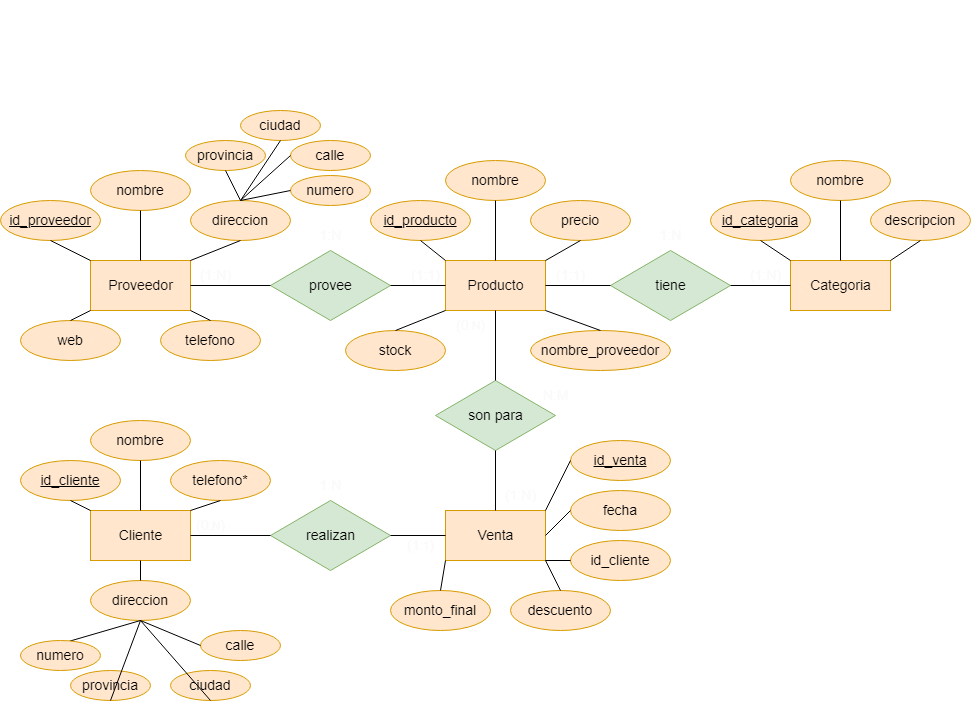
This is Unidad 2/Tarea2.drawio.png from Jaironso/BBDD, a draw.io export, as it was before one commit. Source tidied: cells renumbered, new cells last; positions are measured from the earlier drawing's top-left corner, leaving out a move shared by most shapes.
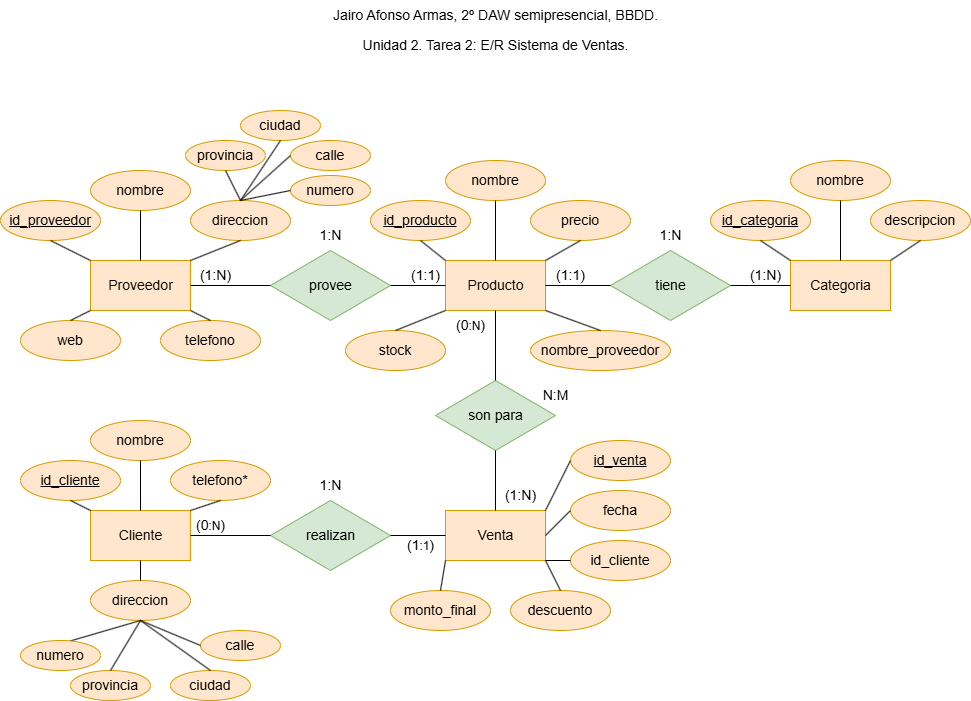
Later version of the same file.

What changed in the source:
```diff
@@ -2,10 +2,10 @@
   <root>
     <mxCell id="0" />
     <mxCell id="1" parent="0" />
-    <mxCell id="2" value="&lt;font color=&quot;#ffffff&quot;&gt;Jairo Afonso Armas, 2º DAW semipresencial, BBDD.&lt;/font&gt;" style="text;html=1;align=center;verticalAlign=middle;strokeColor=none;fillColor=none;fontSize=14;fontColor=#0d0c0c;" parent="1" vertex="1">
+    <mxCell id="2" value="&lt;font style=&quot;color: rgb(0, 0, 0);&quot;&gt;Jairo Afonso Armas, 2º DAW semipresencial, BBDD.&lt;/font&gt;" style="text;html=1;align=center;verticalAlign=middle;strokeColor=none;fillColor=none;fontSize=14;fontColor=#0d0c0c;" parent="1" vertex="1">
       <mxGeometry x="320" width="350" height="30" as="geometry" />
     </mxCell>
-    <mxCell id="3" value="&lt;font color=&quot;#ffffff&quot;&gt;Unidad 2. Tarea 2: E/R Sistema de Ventas.&lt;/font&gt;" style="text;html=1;align=center;verticalAlign=middle;strokeColor=none;fillColor=none;fontSize=14;fontColor=#0d0c0c;" parent="1" vertex="1">
+    <mxCell id="3" value="&lt;font style=&quot;color: rgb(0, 0, 0);&quot;&gt;Unidad 2. Tarea 2: E/R Sistema de Ventas.&lt;/font&gt;" style="text;html=1;align=center;verticalAlign=middle;strokeColor=none;fillColor=none;fontSize=14;fontColor=#0d0c0c;" parent="1" vertex="1">
       <mxGeometry x="350" y="30" width="290" height="30" as="geometry" />
     </mxCell>
     <mxCell id="4" value="&lt;font style=&quot;font-size: 14px;&quot; color=&quot;#080808&quot;&gt;Proveedor&lt;/font&gt;" style="html=1;dashed=0;whitespace=wrap;fillColor=#ffe6cc;strokeColor=#d79b00;" parent="1" vertex="1">
@@ -191,40 +191,40 @@
     <mxCell id="64" style="endArrow=none;html=1;fontSize=14;fontColor=#000000;entryX=0;entryY=0.5;entryDx=0;entryDy=0;exitX=1;exitY=0;exitDx=0;exitDy=0;" parent="1" edge="1" source="7" target="26">
       <mxGeometry relative="1" as="geometry" />
     </mxCell>
-    <mxCell id="65" value="&lt;font color=&quot;#fafafa&quot;&gt;(1:1)&lt;/font&gt;" style="text;html=1;align=center;verticalAlign=middle;strokeColor=none;fillColor=none;fontSize=14;fontColor=#000000;" parent="1" vertex="1">
+    <mxCell id="65" value="&lt;font style=&quot;color: rgb(0, 0, 0);&quot;&gt;(1:1)&lt;/font&gt;" style="text;html=1;align=center;verticalAlign=middle;strokeColor=none;fillColor=none;fontSize=14;fontColor=#000000;" parent="1" vertex="1">
       <mxGeometry x="400" y="260" width="50" height="30" as="geometry" />
     </mxCell>
-    <mxCell id="66" value="&lt;font color=&quot;#fafafa&quot;&gt;(1:N)&lt;/font&gt;" style="text;html=1;align=center;verticalAlign=middle;strokeColor=none;fillColor=none;fontSize=14;fontColor=#000000;" parent="1" vertex="1">
+    <mxCell id="66" value="&lt;font style=&quot;color: rgb(0, 0, 0);&quot;&gt;(1:N)&lt;/font&gt;" style="text;html=1;align=center;verticalAlign=middle;strokeColor=none;fillColor=none;fontSize=14;fontColor=#000000;" parent="1" vertex="1">
       <mxGeometry x="190" y="260" width="50" height="30" as="geometry" />
     </mxCell>
-    <mxCell id="67" value="&lt;font color=&quot;#fafafa&quot;&gt;1:N&lt;/font&gt;" style="text;html=1;align=center;verticalAlign=middle;strokeColor=none;fillColor=none;fontSize=14;fontColor=#000000;" parent="1" vertex="1">
+    <mxCell id="67" value="&lt;font style=&quot;color: rgb(0, 0, 0);&quot;&gt;1:N&lt;/font&gt;" style="text;html=1;align=center;verticalAlign=middle;strokeColor=none;fillColor=none;fontSize=14;fontColor=#000000;" parent="1" vertex="1">
       <mxGeometry x="305" y="220" width="50" height="30" as="geometry" />
     </mxCell>
-    <mxCell id="68" value="&lt;font color=&quot;#fafafa&quot;&gt;(1:N)&lt;/font&gt;" style="text;html=1;align=center;verticalAlign=middle;strokeColor=none;fillColor=none;fontSize=14;fontColor=#000000;" parent="1" vertex="1">
+    <mxCell id="68" value="&lt;font style=&quot;color: rgb(0, 0, 0);&quot;&gt;(1:N)&lt;/font&gt;" style="text;html=1;align=center;verticalAlign=middle;strokeColor=none;fillColor=none;fontSize=14;fontColor=#000000;" parent="1" vertex="1">
       <mxGeometry x="740" y="260" width="50" height="30" as="geometry" />
     </mxCell>
-    <mxCell id="69" value="&lt;font color=&quot;#fafafa&quot;&gt;(1:1)&lt;/font&gt;" style="text;html=1;align=center;verticalAlign=middle;strokeColor=none;fillColor=none;fontSize=14;fontColor=#000000;" parent="1" vertex="1">
+    <mxCell id="69" value="&lt;font style=&quot;color: rgb(0, 0, 0);&quot;&gt;(1:1)&lt;/font&gt;" style="text;html=1;align=center;verticalAlign=middle;strokeColor=none;fillColor=none;fontSize=14;fontColor=#000000;" parent="1" vertex="1">
       <mxGeometry x="545" y="260" width="50" height="30" as="geometry" />
     </mxCell>
-    <mxCell id="70" value="&lt;font color=&quot;#fafafa&quot;&gt;1:N&lt;/font&gt;" style="text;html=1;align=center;verticalAlign=middle;strokeColor=none;fillColor=none;fontSize=14;fontColor=#000000;" parent="1" vertex="1">
+    <mxCell id="70" value="&lt;font style=&quot;color: rgb(0, 0, 0);&quot;&gt;1:N&lt;/font&gt;" style="text;html=1;align=center;verticalAlign=middle;strokeColor=none;fillColor=none;fontSize=14;fontColor=#000000;" parent="1" vertex="1">
       <mxGeometry x="645" y="220" width="50" height="30" as="geometry" />
     </mxCell>
-    <mxCell id="71" value="(1:N)" style="text;html=1;align=center;verticalAlign=middle;strokeColor=none;fillColor=none;fontSize=14;fontColor=#FAFAFA;" parent="1" vertex="1">
+    <mxCell id="71" value="&lt;font style=&quot;color: rgb(0, 0, 0);&quot;&gt;(1:N)&lt;/font&gt;" style="text;html=1;align=center;verticalAlign=middle;strokeColor=none;fillColor=none;fontSize=14;fontColor=#FAFAFA;" parent="1" vertex="1">
       <mxGeometry x="495" y="480" width="50" height="30" as="geometry" />
     </mxCell>
-    <mxCell id="72" value="(0&lt;span style=&quot;font-size: 11.6667px;&quot;&gt;:N&lt;/span&gt;)" style="text;html=1;align=center;verticalAlign=middle;strokeColor=none;fillColor=none;fontSize=14;fontColor=#FAFAFA;" parent="1" vertex="1">
+    <mxCell id="72" value="&lt;font style=&quot;color: rgb(0, 0, 0);&quot;&gt;(0&lt;span style=&quot;font-size: 11.6667px;&quot;&gt;:N&lt;/span&gt;)&lt;/font&gt;" style="text;html=1;align=center;verticalAlign=middle;strokeColor=none;fillColor=none;fontSize=14;fontColor=#FAFAFA;" parent="1" vertex="1">
       <mxGeometry x="445" y="310" width="50" height="30" as="geometry" />
     </mxCell>
-    <mxCell id="73" value="N:M" style="text;html=1;align=center;verticalAlign=middle;strokeColor=none;fillColor=none;fontSize=14;fontColor=#FAFAFA;" parent="1" vertex="1">
+    <mxCell id="73" value="&lt;font style=&quot;color: rgb(0, 0, 0);&quot;&gt;N:M&lt;/font&gt;" style="text;html=1;align=center;verticalAlign=middle;strokeColor=none;fillColor=none;fontSize=14;fontColor=#FAFAFA;" parent="1" vertex="1">
       <mxGeometry x="530" y="380" width="50" height="30" as="geometry" />
     </mxCell>
-    <mxCell id="74" value="(0&lt;span style=&quot;font-size: 11.6667px;&quot;&gt;:N&lt;/span&gt;)" style="text;html=1;align=center;verticalAlign=middle;strokeColor=none;fillColor=none;fontSize=14;fontColor=#FAFAFA;" parent="1" vertex="1">
+    <mxCell id="74" value="&lt;font style=&quot;color: rgb(0, 0, 0);&quot;&gt;(0&lt;span style=&quot;font-size: 11.6667px;&quot;&gt;:N&lt;/span&gt;)&lt;/font&gt;" style="text;html=1;align=center;verticalAlign=middle;strokeColor=none;fillColor=none;fontSize=14;fontColor=#FAFAFA;" parent="1" vertex="1">
       <mxGeometry x="185" y="510" width="50" height="30" as="geometry" />
     </mxCell>
-    <mxCell id="75" value="(1&lt;span style=&quot;font-size: 11.6667px;&quot;&gt;:1&lt;/span&gt;)" style="text;html=1;align=center;verticalAlign=middle;strokeColor=none;fillColor=none;fontSize=14;fontColor=#FAFAFA;" parent="1" vertex="1">
+    <mxCell id="75" value="&lt;font style=&quot;color: rgb(0, 0, 0);&quot;&gt;(1&lt;span style=&quot;font-size: 11.6667px;&quot;&gt;:1&lt;/span&gt;)&lt;/font&gt;" style="text;html=1;align=center;verticalAlign=middle;strokeColor=none;fillColor=none;fontSize=14;fontColor=#FAFAFA;" parent="1" vertex="1">
       <mxGeometry x="395" y="530" width="50" height="30" as="geometry" />
     </mxCell>
-    <mxCell id="76" value="1:N" style="text;html=1;align=center;verticalAlign=middle;strokeColor=none;fillColor=none;fontSize=14;fontColor=#FAFAFA;" parent="1" vertex="1">
+    <mxCell id="76" value="&lt;font style=&quot;color: rgb(0, 0, 0);&quot;&gt;1:N&lt;/font&gt;" style="text;html=1;align=center;verticalAlign=middle;strokeColor=none;fillColor=none;fontSize=14;fontColor=#FAFAFA;" parent="1" vertex="1">
       <mxGeometry x="305" y="470" width="50" height="30" as="geometry" />
     </mxCell>
     <mxCell id="77" value="&lt;font color=&quot;#000000&quot;&gt;numero&lt;/font&gt;" style="ellipse;whiteSpace=wrap;html=1;align=center;fontSize=14;fillColor=#ffe6cc;strokeColor=#d79b00;" parent="1" vertex="1">
@@ -260,10 +260,10 @@
     <mxCell id="87" value="&lt;font color=&quot;#000000&quot;&gt;calle&lt;/font&gt;" style="ellipse;whiteSpace=wrap;html=1;align=center;fontSize=14;fillColor=#ffe6cc;strokeColor=#d79b00;" parent="1" vertex="1">
       <mxGeometry x="200" y="630" width="80" height="30" as="geometry" />
     </mxCell>
-    <mxCell id="88" style="endArrow=none;html=1;fontSize=14;fontColor=#FAFAFA;entryX=0.5;entryY=1;entryDx=0;entryDy=0;exitX=0.5;exitY=1;exitDx=0;exitDy=0;" parent="1" edge="1" source="86" target="15">
+    <mxCell id="88" style="endArrow=none;html=1;fontSize=14;fontColor=#FAFAFA;entryX=0.5;entryY=1;entryDx=0;entryDy=0;exitX=0.5;exitY=0;exitDx=0;exitDy=0;" parent="1" edge="1" source="86" target="15">
       <mxGeometry relative="1" as="geometry" />
     </mxCell>
-    <mxCell id="89" style="endArrow=none;html=1;fontSize=14;fontColor=#FAFAFA;entryX=0.5;entryY=1;entryDx=0;entryDy=0;exitX=0.5;exitY=1;exitDx=0;exitDy=0;" parent="1" edge="1" source="15" target="85">
+    <mxCell id="89" style="endArrow=none;html=1;fontSize=14;fontColor=#FAFAFA;entryX=0.5;entryY=0;entryDx=0;entryDy=0;exitX=0.5;exitY=1;exitDx=0;exitDy=0;" parent="1" edge="1" source="15" target="85">
       <mxGeometry relative="1" as="geometry" />
     </mxCell>
     <mxCell id="90" style="endArrow=none;html=1;fontSize=14;fontColor=#FAFAFA;entryX=0.5;entryY=1;entryDx=0;entryDy=0;exitX=0;exitY=0.5;exitDx=0;exitDy=0;" parent="1" edge="1" source="87" target="15">
```
